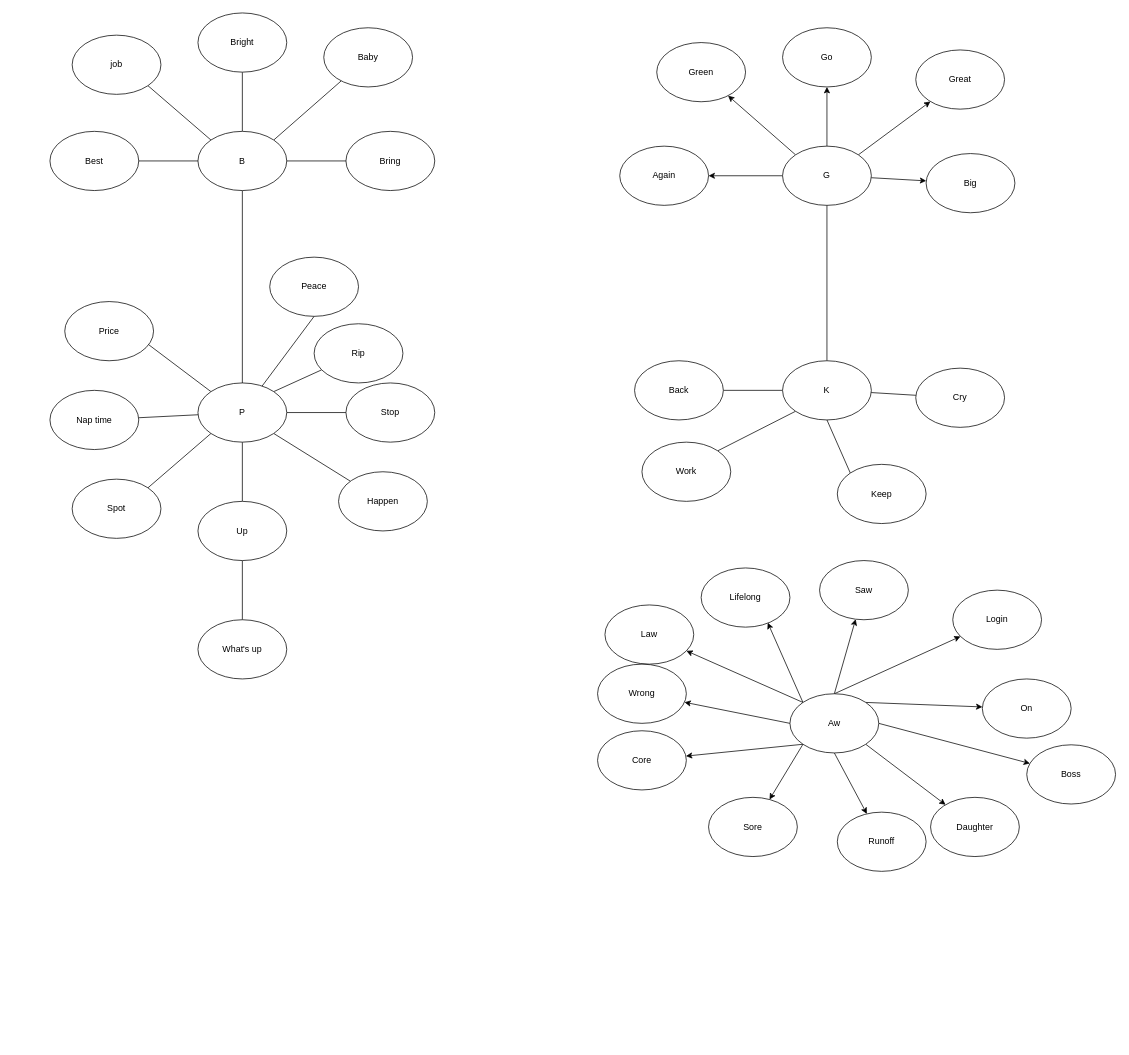
Above: pronounce.drawio in hoanglechanhtu/english (draw.io), before the change. Source tidied: cells renumbered, new cells numbered last; positions are measured from the earlier drawing's top-left corner, leaving out a move shared by most shapes. Both pictures are drawn from the tidied source at 74%, with x=0, y=0 at pixel (50, 13).
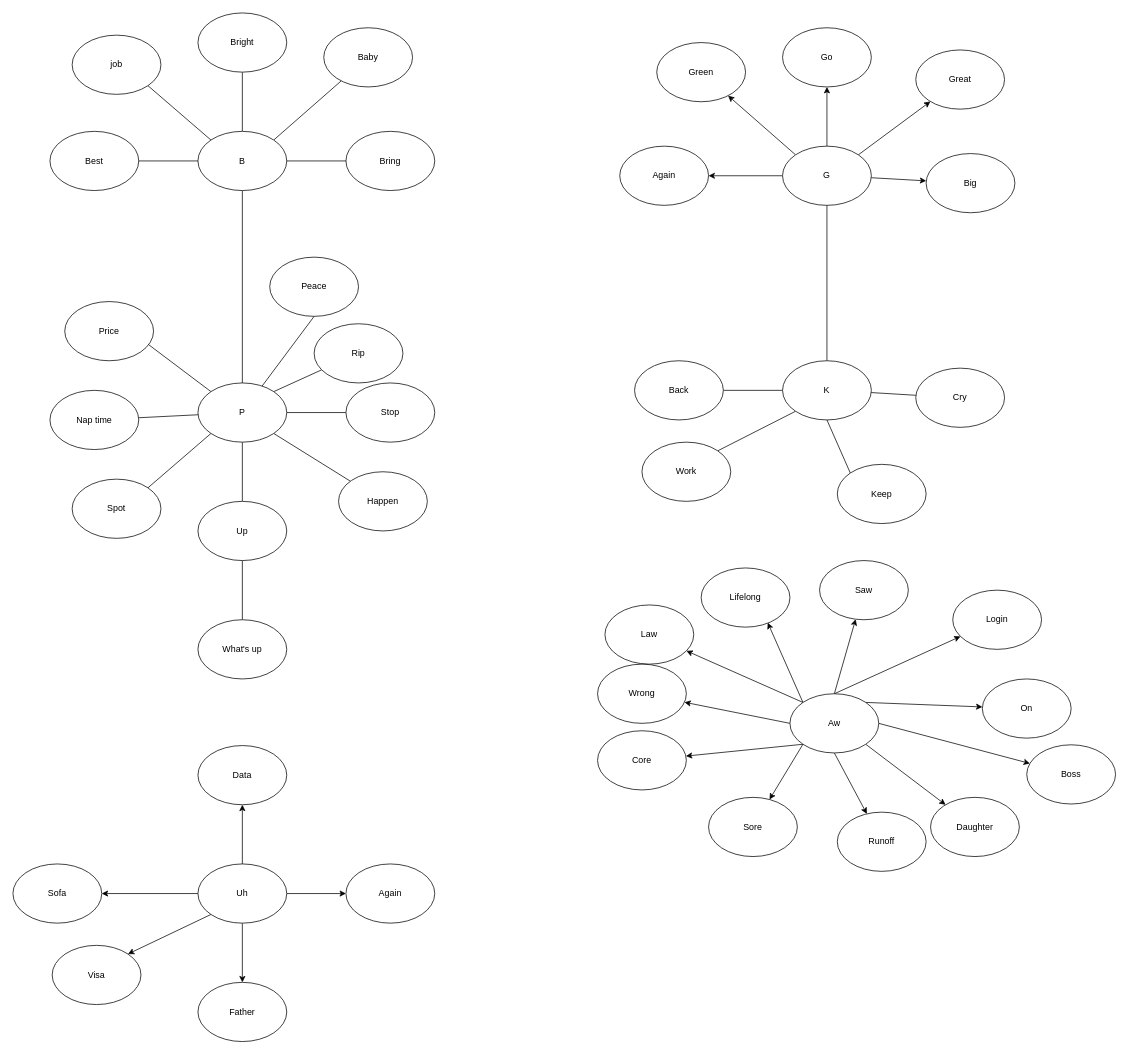
The same page after the edit.

The edit, as a diff of the source:
```diff
@@
-    <mxCell id="65" value="Aw" style="ellipse;whiteSpace=wrap;html=1;" parent="1" vertex="1">
+    <mxCell id="65" value="Aw" style="ellipse;whiteSpace=wrap;html=1;fillColor=default;strokeColor=default;fontColor=default;" parent="1" vertex="1">
       <mxGeometry x="1000" y="920" width="120" height="80" as="geometry" />
     </mxCell>
@@
+    <mxCell id="77" style="edgeStyle=orthogonalEdgeStyle;rounded=0;jettySize=auto;html=1;fontColor=default;" parent="1" edge="1" source="82" target="83">
+      <mxGeometry relative="1" as="geometry" />
+    </mxCell>
+    <mxCell id="78" style="edgeStyle=orthogonalEdgeStyle;rounded=0;jettySize=auto;html=1;fontColor=default;" parent="1" edge="1" source="82" target="84">
+      <mxGeometry relative="1" as="geometry" />
+    </mxCell>
+    <mxCell id="79" style="rounded=0;jettySize=auto;html=1;fontColor=default;" parent="1" edge="1" source="82" target="85">
+      <mxGeometry relative="1" as="geometry" />
+    </mxCell>
+    <mxCell id="80" style="edgeStyle=orthogonalEdgeStyle;rounded=0;jettySize=auto;html=1;fontColor=default;" parent="1" edge="1" source="82" target="86">
+      <mxGeometry relative="1" as="geometry" />
+    </mxCell>
+    <mxCell id="81" style="edgeStyle=none;rounded=0;jettySize=auto;html=1;exitX=0;exitY=1;exitDx=0;exitDy=0;labelBackgroundColor=default;fontColor=default;strokeColor=default;entryX=1;entryY=0;entryDx=0;entryDy=0;" parent="1" edge="1" source="82" target="87">
+      <mxGeometry relative="1" as="geometry" />
+    </mxCell>
+    <mxCell id="82" value="Uh" style="ellipse;whiteSpace=wrap;html=1;fillColor=default;strokeColor=default;fontColor=default;" parent="1" vertex="1">
+      <mxGeometry x="200" y="1150" width="120" height="80" as="geometry" />
+    </mxCell>
+    <mxCell id="83" value="Again" style="ellipse;whiteSpace=wrap;html=1;fillColor=default;strokeColor=default;fontColor=default;" parent="1" vertex="1">
+      <mxGeometry x="400" y="1150" width="120" height="80" as="geometry" />
+    </mxCell>
+    <mxCell id="84" value="Data" style="ellipse;whiteSpace=wrap;html=1;fillColor=default;strokeColor=default;fontColor=default;" parent="1" vertex="1">
+      <mxGeometry x="200" y="990" width="120" height="80" as="geometry" />
+    </mxCell>
+    <mxCell id="85" value="Sofa" style="ellipse;whiteSpace=wrap;html=1;fillColor=default;strokeColor=default;fontColor=default;" parent="1" vertex="1">
+      <mxGeometry x="-50" y="1150" width="120" height="80" as="geometry" />
+    </mxCell>
+    <mxCell id="86" value="Father" style="ellipse;whiteSpace=wrap;html=1;fillColor=default;strokeColor=default;fontColor=default;" parent="1" vertex="1">
+      <mxGeometry x="200" y="1310" width="120" height="80" as="geometry" />
+    </mxCell>
+    <mxCell id="87" value="Visa" style="ellipse;whiteSpace=wrap;html=1;fillColor=default;strokeColor=default;fontColor=default;" parent="1" vertex="1">
+      <mxGeometry x="3" y="1260" width="120" height="80" as="geometry" />
+    </mxCell>
```
